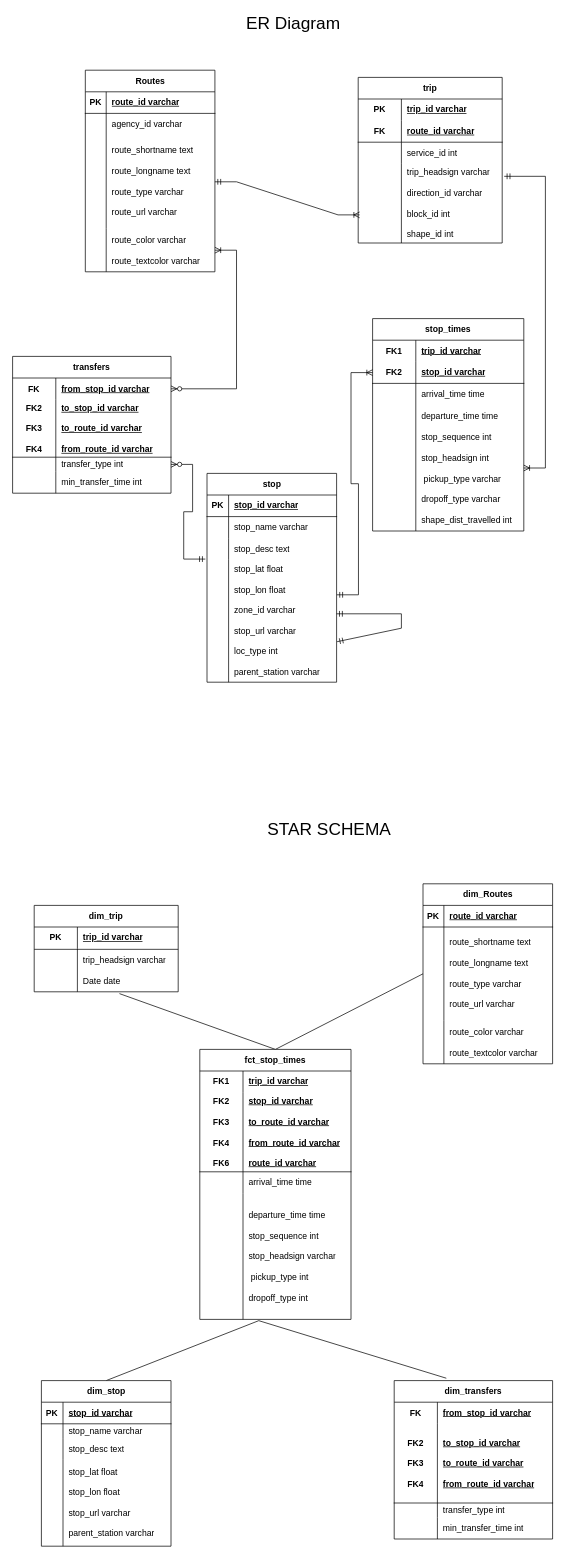
Earlier version of the draw.io diagram data_modelling/data_model_and_ER_diagram.drawio (yashjain02/BlaBlaCar_Assignment). Source tidied: cells renumbered, new cells numbered last; positions are measured from the earlier drawing's top-left corner, leaving out a move shared by most shapes. Both pictures are drawn from the tidied source at 72%, with x=0, y=0 at pixel (-176, 12).
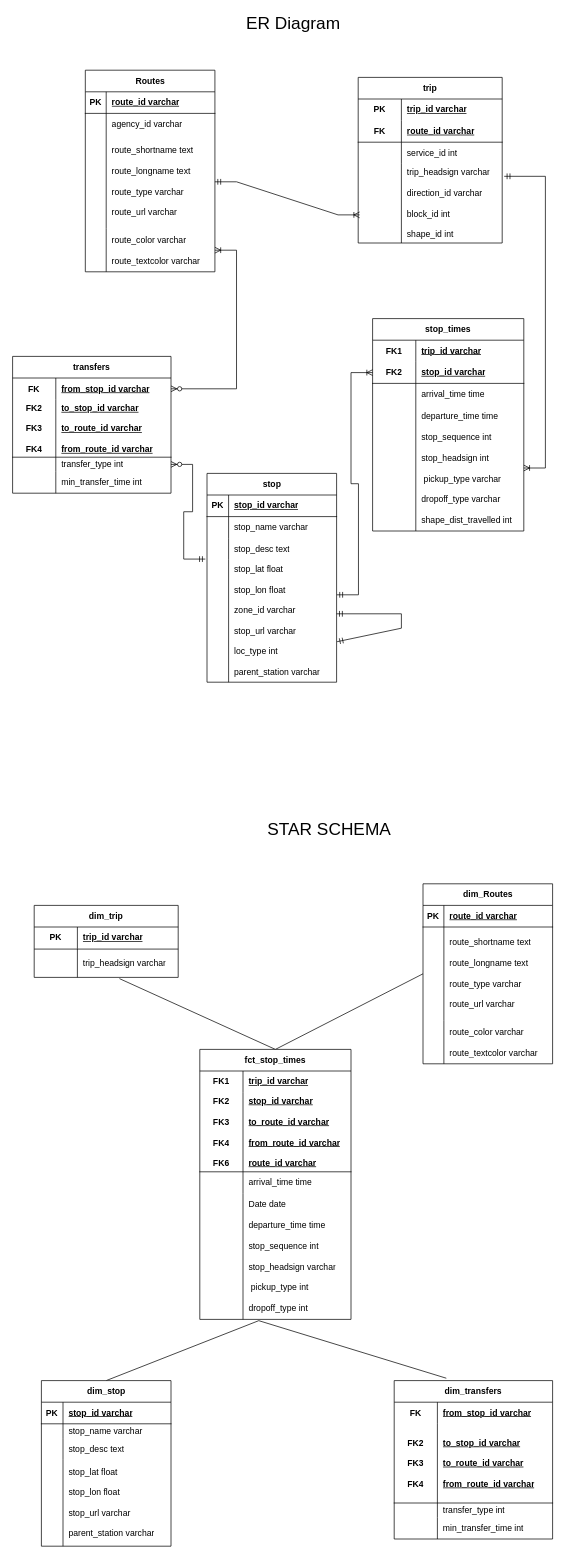
Above is the later version.

Commit message (it also covers changes not shown here):
added indexing and partitioning

Unchanged cells that the change refers to:
```xml
<mxCell id="72" style="shape=tableRow;horizontal=0;startSize=0;swimlaneHead=0;swimlaneBody=0;fillColor=none;points=[[0,0.5],[1,0.5]];portConstraint=eastwest;top=0;left=0;right=0;bottom=0;html=1;" parent="62" vertex="1">
  <mxGeometry y="200" width="210" height="175" as="geometry" />
</mxCell>
```

What changed in the source:
```diff
@@
-    <mxCell id="74" value="departure_time time&lt;br&gt;&lt;br&gt;stop_sequence int&lt;br&gt;&lt;br&gt;stop_headsign varchar&lt;br&gt;&lt;br&gt;&amp;nbsp;pickup_type int&lt;br&gt;&lt;br&gt;dropoff_type int" style="shape=partialRectangle;fillColor=none;top=0;left=0;bottom=0;right=0;align=left;spacingLeft=6;overflow=hidden;html=1;whiteSpace=wrap;" parent="72" vertex="1">
+    <mxCell id="74" value="Date date&lt;br&gt;&lt;br&gt;departure_time time&lt;br&gt;&lt;br&gt;stop_sequence int&lt;br&gt;&lt;br&gt;stop_headsign varchar&lt;br&gt;&lt;br&gt;&amp;nbsp;pickup_type int&lt;br&gt;&lt;br&gt;dropoff_type int" style="shape=partialRectangle;fillColor=none;top=0;left=0;bottom=0;right=0;align=left;spacingLeft=6;overflow=hidden;html=1;whiteSpace=wrap;" parent="72" vertex="1">
       <mxGeometry x="60" width="150" height="175" as="geometry" />
     </mxCell>
@@
     <mxCell id="111" value="dim_trip" style="shape=table;startSize=30;childLayout=tableLayout;rowLines=0;fontStyle=1;align=center;html=1;whiteSpace=wrap;" parent="1" vertex="1">
-      <mxGeometry x="291" y="1240" width="200" height="120" as="geometry" />
+      <mxGeometry x="291" y="1240" width="200" height="100" as="geometry" />
     </mxCell>
@@
     <mxCell id="115" style="shape=tableRow;horizontal=0;startSize=0;swimlaneHead=0;swimlaneBody=0;fillColor=none;points=[[0,0.5],[1,0.5]];portConstraint=eastwest;top=0;left=0;right=0;bottom=0;html=1;" parent="111" vertex="1">
-      <mxGeometry y="60" width="200" height="60" as="geometry" />
+      <mxGeometry y="60" width="200" height="40" as="geometry" />
     </mxCell>
     <mxCell id="116" style="shape=partialRectangle;fillColor=none;top=0;left=0;bottom=0;right=0;overflow=hidden;html=1;whiteSpace=wrap;" parent="115" vertex="1">
-      <mxGeometry width="60" height="60" as="geometry" />
+      <mxGeometry width="60" height="40" as="geometry" />
     </mxCell>
-    <mxCell id="117" value="trip_headsign varchar&lt;br&gt;&lt;br&gt;Date date" style="shape=partialRectangle;fillColor=none;top=0;left=0;bottom=0;right=0;align=left;spacingLeft=6;overflow=hidden;html=1;whiteSpace=wrap;" parent="115" vertex="1">
-      <mxGeometry x="60" width="140" height="60" as="geometry" />
+    <mxCell id="117" value="trip_headsign varchar&lt;br&gt;" style="shape=partialRectangle;fillColor=none;top=0;left=0;bottom=0;right=0;align=left;spacingLeft=6;overflow=hidden;html=1;whiteSpace=wrap;" parent="115" vertex="1">
+      <mxGeometry x="60" width="140" height="40" as="geometry" />
     </mxCell>
```
